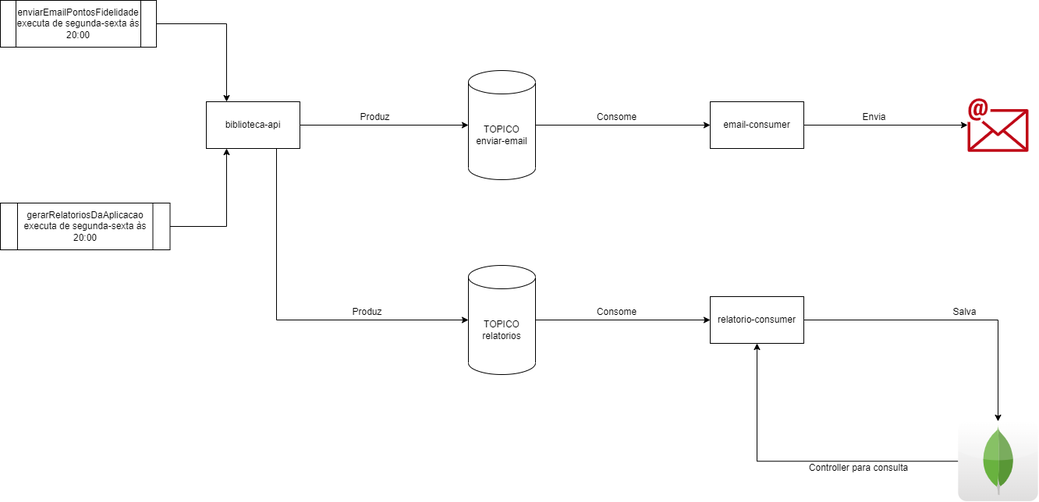
Above: Diagrama_Modulo6.png in bmarostica/Biblioteca-API-modulo-6 (draw.io), before the change. Source tidied: cells renumbered, new cells last; positions are measured from the earlier drawing's top-left corner, leaving out a move shared by most shapes. Its diagram source:
```xml
<mxGraphModel>
  <root>
    <mxCell id="0" />
    <mxCell id="1" parent="0" />
    <mxCell id="2" style="edgeStyle=orthogonalEdgeStyle;rounded=0;jettySize=auto;html=1;entryX=0;entryY=0.5;entryDx=0;entryDy=0;" parent="1" edge="1" source="3" target="10">
      <mxGeometry relative="1" as="geometry" />
    </mxCell>
    <mxCell id="3" value="TOPICO&lt;br&gt;enviar-email" style="shape=cylinder3;whiteSpace=wrap;html=1;boundedLbl=1;backgroundOutline=1;size=15;rotation=0;" parent="1" vertex="1">
      <mxGeometry x="600" y="90" width="86" height="140" as="geometry" />
    </mxCell>
    <mxCell id="4" style="edgeStyle=orthogonalEdgeStyle;rounded=0;jettySize=auto;html=1;entryX=0;entryY=0.5;entryDx=0;entryDy=0;" parent="1" edge="1" source="5" target="21">
      <mxGeometry relative="1" as="geometry" />
    </mxCell>
    <mxCell id="5" value="TOPICO&lt;br&gt;relatorios" style="shape=cylinder3;whiteSpace=wrap;html=1;boundedLbl=1;backgroundOutline=1;size=15;" parent="1" vertex="1">
      <mxGeometry x="600" y="340" width="86" height="140" as="geometry" />
    </mxCell>
    <mxCell id="6" style="edgeStyle=orthogonalEdgeStyle;rounded=0;jettySize=auto;html=1;entryX=0;entryY=0.5;entryDx=0;entryDy=0;entryPerimeter=0;" parent="1" edge="1" source="8" target="3">
      <mxGeometry relative="1" as="geometry" />
    </mxCell>
    <mxCell id="7" style="edgeStyle=orthogonalEdgeStyle;rounded=0;jettySize=auto;html=1;exitX=0.75;exitY=1;exitDx=0;exitDy=0;entryX=0;entryY=0.5;entryDx=0;entryDy=0;entryPerimeter=0;" parent="1" edge="1" source="8" target="5">
      <mxGeometry relative="1" as="geometry" />
    </mxCell>
    <mxCell id="8" value="biblioteca-api" style="rounded=0;whiteSpace=wrap;html=1;" parent="1" vertex="1">
      <mxGeometry x="264" y="130" width="120" height="60" as="geometry" />
    </mxCell>
    <mxCell id="9" style="edgeStyle=orthogonalEdgeStyle;rounded=0;jettySize=auto;html=1;" parent="1" edge="1" source="10" target="11">
      <mxGeometry relative="1" as="geometry" />
    </mxCell>
    <mxCell id="10" value="email-consumer" style="rounded=0;whiteSpace=wrap;html=1;" parent="1" vertex="1">
      <mxGeometry x="910" y="130" width="120" height="60" as="geometry" />
    </mxCell>
    <mxCell id="11" style="sketch=0;outlineConnect=0;fontColor=#232F3E;gradientColor=none;fillColor=#BF0816;strokeColor=none;dashed=0;verticalLabelPosition=bottom;verticalAlign=top;align=center;html=1;fontSize=12;fontStyle=0;shape=mxgraph.aws4.email;" parent="1" vertex="1">
      <mxGeometry x="1240" y="125.5" width="78" height="69" as="geometry" />
    </mxCell>
    <mxCell id="12" style="edgeStyle=orthogonalEdgeStyle;rounded=0;jettySize=auto;html=1;" parent="1" edge="1" source="13">
      <mxGeometry relative="1" as="geometry">
        <mxPoint x="290" y="130" as="targetPoint" />
      </mxGeometry>
    </mxCell>
    <mxCell id="13" value="enviarEmailPontosFidelidade&lt;br&gt;executa de segunda-sexta às 20:00" style="shape=process;whiteSpace=wrap;html=1;backgroundOutline=1;" parent="1" vertex="1">
      <mxGeometry width="200" height="60" as="geometry" />
    </mxCell>
    <mxCell id="14" style="edgeStyle=orthogonalEdgeStyle;rounded=0;jettySize=auto;html=1;" parent="1" edge="1" source="15">
      <mxGeometry relative="1" as="geometry">
        <mxPoint x="290" y="190" as="targetPoint" />
        <Array as="points">
          <mxPoint x="290" y="290" />
          <mxPoint x="290" y="190" />
        </Array>
      </mxGeometry>
    </mxCell>
    <mxCell id="15" value="gerarRelatoriosDaAplicacao&lt;br&gt;executa de segunda-sexta às&lt;br&gt;20:00" style="shape=process;whiteSpace=wrap;html=1;backgroundOutline=1;" parent="1" vertex="1">
      <mxGeometry y="260" width="217.5" height="60" as="geometry" />
    </mxCell>
    <mxCell id="16" value="Envia" style="text;html=1;align=center;verticalAlign=middle;strokeColor=none;fillColor=none;" parent="1" vertex="1">
      <mxGeometry x="1095" y="140" width="50" height="20" as="geometry" />
    </mxCell>
    <mxCell id="17" value="Produz" style="text;html=1;align=center;verticalAlign=middle;strokeColor=none;fillColor=none;" parent="1" vertex="1">
      <mxGeometry x="455" y="140" width="50" height="20" as="geometry" />
    </mxCell>
    <mxCell id="18" value="Consome" style="text;html=1;align=center;verticalAlign=middle;strokeColor=none;fillColor=none;" parent="1" vertex="1">
      <mxGeometry x="755" y="140" width="70" height="20" as="geometry" />
    </mxCell>
    <mxCell id="19" value="Produz" style="text;html=1;align=center;verticalAlign=middle;strokeColor=none;fillColor=none;" parent="1" vertex="1">
      <mxGeometry x="445" y="390" width="50" height="20" as="geometry" />
    </mxCell>
    <mxCell id="20" style="edgeStyle=orthogonalEdgeStyle;rounded=0;jettySize=auto;html=1;" parent="1" edge="1" source="21" target="24">
      <mxGeometry relative="1" as="geometry" />
    </mxCell>
    <mxCell id="21" value="relatorio-consumer" style="rounded=0;whiteSpace=wrap;html=1;" parent="1" vertex="1">
      <mxGeometry x="910" y="380" width="120" height="60" as="geometry" />
    </mxCell>
    <mxCell id="22" value="Consome" style="text;html=1;align=center;verticalAlign=middle;strokeColor=none;fillColor=none;" parent="1" vertex="1">
      <mxGeometry x="755" y="390" width="70" height="20" as="geometry" />
    </mxCell>
    <mxCell id="23" style="edgeStyle=orthogonalEdgeStyle;rounded=0;jettySize=auto;html=1;entryX=0.5;entryY=1;entryDx=0;entryDy=0;" parent="1" edge="1" source="24" target="21">
      <mxGeometry relative="1" as="geometry" />
    </mxCell>
    <mxCell id="24" style="dashed=0;outlineConnect=0;html=1;align=center;labelPosition=center;verticalLabelPosition=bottom;verticalAlign=top;shape=mxgraph.webicons.mongodb;gradientColor=#DFDEDE;" parent="1" vertex="1">
      <mxGeometry x="1227.8" y="540" width="102.4" height="102.4" as="geometry" />
    </mxCell>
    <mxCell id="25" value="Salva" style="text;html=1;align=center;verticalAlign=middle;strokeColor=none;fillColor=none;" parent="1" vertex="1">
      <mxGeometry x="1211" y="390" width="50" height="20" as="geometry" />
    </mxCell>
    <mxCell id="26" value="Controller para consulta" style="text;html=1;align=center;verticalAlign=middle;strokeColor=none;fillColor=none;" parent="1" vertex="1">
      <mxGeometry x="1030" y="590" width="140" height="20" as="geometry" />
    </mxCell>
  </root>
</mxGraphModel>
```
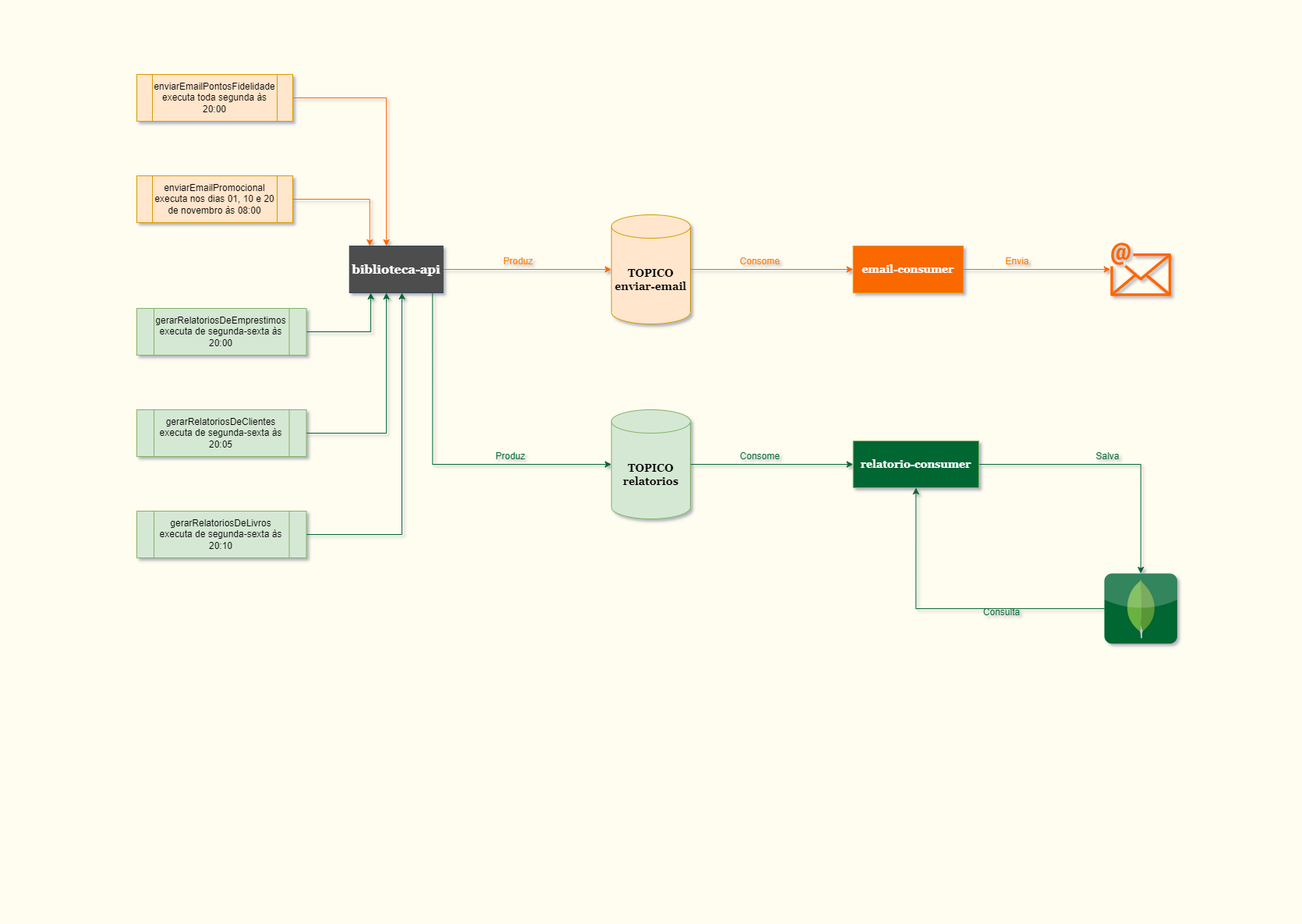
Later version of the same file.

Diff of the diagram source:
```diff
@@ -1,89 +1,129 @@
-<mxGraphModel>
+<mxGraphModel background="#FFFDF0" shadow="1">
   <root>
     <mxCell id="0" />
     <mxCell id="1" parent="0" />
-    <mxCell id="2" style="edgeStyle=orthogonalEdgeStyle;rounded=0;jettySize=auto;html=1;entryX=0;entryY=0.5;entryDx=0;entryDy=0;" parent="1" edge="1" source="3" target="10">
+    <mxCell id="2" style="edgeStyle=orthogonalEdgeStyle;rounded=0;jettySize=auto;html=1;entryX=0;entryY=0.5;entryDx=0;entryDy=0;fillColor=#ffe6cc;strokeColor=#FA6800;" parent="1" edge="1" source="3" target="10">
       <mxGeometry relative="1" as="geometry" />
     </mxCell>
-    <mxCell id="3" value="TOPICO&lt;br&gt;enviar-email" style="shape=cylinder3;whiteSpace=wrap;html=1;boundedLbl=1;backgroundOutline=1;size=15;rotation=0;" parent="1" vertex="1">
-      <mxGeometry x="600" y="90" width="86" height="140" as="geometry" />
+    <mxCell id="3" value="&lt;font style=&quot;font-size: 14px&quot; face=&quot;Georgia&quot;&gt;&lt;b&gt;TOPICO&lt;br&gt;enviar-email&lt;/b&gt;&lt;/font&gt;" style="shape=cylinder3;whiteSpace=wrap;html=1;boundedLbl=1;backgroundOutline=1;size=15;rotation=0;fillColor=#ffe6cc;strokeColor=#d79b00;" parent="1" vertex="1">
+      <mxGeometry x="600" y="90" width="101.2" height="140" as="geometry" />
     </mxCell>
-    <mxCell id="4" style="edgeStyle=orthogonalEdgeStyle;rounded=0;jettySize=auto;html=1;entryX=0;entryY=0.5;entryDx=0;entryDy=0;" parent="1" edge="1" source="5" target="21">
+    <mxCell id="4" style="edgeStyle=orthogonalEdgeStyle;rounded=0;jettySize=auto;html=1;entryX=0;entryY=0.5;entryDx=0;entryDy=0;fillColor=#d5e8d4;strokeColor=#006633;" parent="1" edge="1" source="5" target="21">
       <mxGeometry relative="1" as="geometry" />
     </mxCell>
-    <mxCell id="5" value="TOPICO&lt;br&gt;relatorios" style="shape=cylinder3;whiteSpace=wrap;html=1;boundedLbl=1;backgroundOutline=1;size=15;" parent="1" vertex="1">
-      <mxGeometry x="600" y="340" width="86" height="140" as="geometry" />
+    <mxCell id="5" value="&lt;b style=&quot;font-size: 14px&quot;&gt;&lt;font face=&quot;Georgia&quot;&gt;TOPICO&lt;br&gt;relatorios&lt;/font&gt;&lt;br&gt;&lt;/b&gt;" style="shape=cylinder3;whiteSpace=wrap;html=1;boundedLbl=1;backgroundOutline=1;size=15;fillColor=#d5e8d4;strokeColor=#82b366;" parent="1" vertex="1">
+      <mxGeometry x="600" y="340" width="101.2" height="140" as="geometry" />
     </mxCell>
-    <mxCell id="6" style="edgeStyle=orthogonalEdgeStyle;rounded=0;jettySize=auto;html=1;entryX=0;entryY=0.5;entryDx=0;entryDy=0;entryPerimeter=0;" parent="1" edge="1" source="8" target="3">
+    <mxCell id="6" style="edgeStyle=orthogonalEdgeStyle;rounded=0;jettySize=auto;html=1;entryX=0;entryY=0.5;entryDx=0;entryDy=0;entryPerimeter=0;fillColor=#ffe6cc;strokeColor=#FA6800;" parent="1" edge="1" source="8" target="3">
       <mxGeometry relative="1" as="geometry" />
     </mxCell>
-    <mxCell id="7" style="edgeStyle=orthogonalEdgeStyle;rounded=0;jettySize=auto;html=1;exitX=0.75;exitY=1;exitDx=0;exitDy=0;entryX=0;entryY=0.5;entryDx=0;entryDy=0;entryPerimeter=0;" parent="1" edge="1" source="8" target="5">
-      <mxGeometry relative="1" as="geometry" />
+    <mxCell id="7" style="edgeStyle=orthogonalEdgeStyle;rounded=0;jettySize=auto;html=1;exitX=0.888;exitY=0.998;exitDx=0;exitDy=0;entryX=0;entryY=0.5;entryDx=0;entryDy=0;entryPerimeter=0;fillColor=#d5e8d4;strokeColor=#006633;exitPerimeter=0;" parent="1" edge="1" source="8" target="5">
+      <mxGeometry relative="1" as="geometry">
+        <Array as="points">
+          <mxPoint x="370.2" y="410" />
+        </Array>
+      </mxGeometry>
     </mxCell>
-    <mxCell id="8" value="biblioteca-api" style="rounded=0;whiteSpace=wrap;html=1;" parent="1" vertex="1">
-      <mxGeometry x="264" y="130" width="120" height="60" as="geometry" />
+    <mxCell id="8" value="&lt;b&gt;&lt;font style=&quot;font-size: 16px&quot; face=&quot;Georgia&quot;&gt;biblioteca-api&lt;/font&gt;&lt;/b&gt;" style="rounded=0;whiteSpace=wrap;html=1;fillColor=#4D4D4D;fontColor=#ffffff;strokeColor=#314354;" parent="1" vertex="1">
+      <mxGeometry x="263.9" y="130" width="120" height="60" as="geometry" />
     </mxCell>
-    <mxCell id="9" style="edgeStyle=orthogonalEdgeStyle;rounded=0;jettySize=auto;html=1;" parent="1" edge="1" source="10" target="11">
+    <mxCell id="9" style="edgeStyle=orthogonalEdgeStyle;rounded=0;jettySize=auto;html=1;fillColor=#ffe6cc;strokeColor=#FA6800;" parent="1" edge="1" source="10" target="11">
       <mxGeometry relative="1" as="geometry" />
     </mxCell>
-    <mxCell id="10" value="email-consumer" style="rounded=0;whiteSpace=wrap;html=1;" parent="1" vertex="1">
-      <mxGeometry x="910" y="130" width="120" height="60" as="geometry" />
+    <mxCell id="10" value="&lt;b&gt;&lt;font style=&quot;font-size: 14px&quot; face=&quot;Georgia&quot; color=&quot;#ffffff&quot;&gt;email-consumer&lt;/font&gt;&lt;/b&gt;" style="rounded=0;whiteSpace=wrap;html=1;fillColor=#FA6800;strokeColor=#d79b00;" parent="1" vertex="1">
+      <mxGeometry x="910" y="130" width="141.2" height="60" as="geometry" />
     </mxCell>
-    <mxCell id="11" style="sketch=0;outlineConnect=0;fontColor=#232F3E;gradientColor=none;fillColor=#BF0816;strokeColor=none;dashed=0;verticalLabelPosition=bottom;verticalAlign=top;align=center;html=1;fontSize=12;fontStyle=0;shape=mxgraph.aws4.email;" parent="1" vertex="1">
+    <mxCell id="11" style="sketch=0;outlineConnect=0;fillColor=#fa6800;strokeColor=#C73500;dashed=0;verticalLabelPosition=bottom;verticalAlign=top;align=center;html=1;fontSize=12;fontStyle=0;shape=mxgraph.aws4.email;fontColor=#000000;" parent="1" vertex="1">
       <mxGeometry x="1240" y="125.5" width="78" height="69" as="geometry" />
     </mxCell>
-    <mxCell id="12" style="edgeStyle=orthogonalEdgeStyle;rounded=0;jettySize=auto;html=1;" parent="1" edge="1" source="13">
+    <mxCell id="12" style="edgeStyle=orthogonalEdgeStyle;rounded=0;jettySize=auto;html=1;fillColor=#ffe6cc;strokeColor=#FA6800;" parent="1" edge="1" source="13">
       <mxGeometry relative="1" as="geometry">
-        <mxPoint x="290" y="130" as="targetPoint" />
+        <mxPoint x="289.9" y="130" as="targetPoint" />
       </mxGeometry>
     </mxCell>
-    <mxCell id="13" value="enviarEmailPontosFidelidade&lt;br&gt;executa de segunda-sexta às 20:00" style="shape=process;whiteSpace=wrap;html=1;backgroundOutline=1;" parent="1" vertex="1">
-      <mxGeometry width="200" height="60" as="geometry" />
+    <mxCell id="13" value="enviarEmailPromocional&lt;br&gt;executa nos dias 01, 10 e 20 de novembro às 08:00" style="shape=process;whiteSpace=wrap;html=1;backgroundOutline=1;fillColor=#ffe6cc;strokeColor=#d79b00;" parent="1" vertex="1">
+      <mxGeometry x="-8.8" y="40" width="200" height="60" as="geometry" />
     </mxCell>
-    <mxCell id="14" style="edgeStyle=orthogonalEdgeStyle;rounded=0;jettySize=auto;html=1;" parent="1" edge="1" source="15">
-      <mxGeometry relative="1" as="geometry">
-        <mxPoint x="290" y="190" as="targetPoint" />
-        <Array as="points">
-          <mxPoint x="290" y="290" />
-          <mxPoint x="290" y="190" />
-        </Array>
-      </mxGeometry>
-    </mxCell>
+    <mxCell id="27" style="edgeStyle=orthogonalEdgeStyle;rounded=0;jettySize=auto;html=1;fontFamily=Georgia;fontSize=14;fillColor=#d5e8d4;strokeColor=#006633;" parent="1" edge="1" source="15">
+      <mxGeometry relative="1" as="geometry">
+        <mxPoint x="291.2" y="190" as="targetPoint" />
+        <Array as="points">
+          <mxPoint x="291.2" y="240" />
+          <mxPoint x="291.2" y="190" />
+        </Array>
+      </mxGeometry>
+    </mxCell>
-    <mxCell id="15" value="gerarRelatoriosDaAplicacao&lt;br&gt;executa de segunda-sexta às&lt;br&gt;20:00" style="shape=process;whiteSpace=wrap;html=1;backgroundOutline=1;" parent="1" vertex="1">
-      <mxGeometry y="260" width="217.5" height="60" as="geometry" />
+    <mxCell id="15" value="gerarRelatoriosDeEmprestimos&lt;br&gt;executa de segunda-sexta às&lt;br&gt;20:00" style="shape=process;whiteSpace=wrap;html=1;backgroundOutline=1;fillColor=#d5e8d4;strokeColor=#82b366;" parent="1" vertex="1">
+      <mxGeometry x="-8.8" y="210" width="217.5" height="60" as="geometry" />
     </mxCell>
-    <mxCell id="16" value="Envia" style="text;html=1;align=center;verticalAlign=middle;strokeColor=none;fillColor=none;" parent="1" vertex="1">
+    <mxCell id="16" value="&lt;font color=&quot;#ff8000&quot;&gt;Envia&lt;/font&gt;" style="text;html=1;align=center;verticalAlign=middle;strokeColor=none;fillColor=none;" parent="1" vertex="1">
       <mxGeometry x="1095" y="140" width="50" height="20" as="geometry" />
     </mxCell>
-    <mxCell id="17" value="Produz" style="text;html=1;align=center;verticalAlign=middle;strokeColor=none;fillColor=none;" parent="1" vertex="1">
-      <mxGeometry x="455" y="140" width="50" height="20" as="geometry" />
+    <mxCell id="17" value="&lt;font color=&quot;#ff8000&quot;&gt;Produz&lt;/font&gt;" style="text;html=1;align=center;verticalAlign=middle;strokeColor=none;fillColor=none;" parent="1" vertex="1">
+      <mxGeometry x="454.9" y="140" width="50" height="20" as="geometry" />
     </mxCell>
-    <mxCell id="18" value="Consome" style="text;html=1;align=center;verticalAlign=middle;strokeColor=none;fillColor=none;" parent="1" vertex="1">
+    <mxCell id="18" value="&lt;font color=&quot;#ff8000&quot;&gt;Consome&lt;/font&gt;" style="text;html=1;align=center;verticalAlign=middle;strokeColor=none;fillColor=none;" parent="1" vertex="1">
       <mxGeometry x="755" y="140" width="70" height="20" as="geometry" />
     </mxCell>
-    <mxCell id="19" value="Produz" style="text;html=1;align=center;verticalAlign=middle;strokeColor=none;fillColor=none;" parent="1" vertex="1">
-      <mxGeometry x="445" y="390" width="50" height="20" as="geometry" />
+    <mxCell id="19" value="&lt;font color=&quot;#006633&quot;&gt;Produz&lt;/font&gt;" style="text;html=1;align=center;verticalAlign=middle;strokeColor=none;fillColor=none;" parent="1" vertex="1">
+      <mxGeometry x="444.9" y="390" width="50" height="20" as="geometry" />
     </mxCell>
-    <mxCell id="20" style="edgeStyle=orthogonalEdgeStyle;rounded=0;jettySize=auto;html=1;" parent="1" edge="1" source="21" target="24">
+    <mxCell id="20" style="edgeStyle=orthogonalEdgeStyle;rounded=0;jettySize=auto;html=1;fillColor=#d5e8d4;strokeColor=#006633;" parent="1" edge="1" source="21" target="24">
       <mxGeometry relative="1" as="geometry" />
     </mxCell>
-    <mxCell id="21" value="relatorio-consumer" style="rounded=0;whiteSpace=wrap;html=1;" parent="1" vertex="1">
-      <mxGeometry x="910" y="380" width="120" height="60" as="geometry" />
+    <mxCell id="21" value="&lt;b&gt;&lt;font style=&quot;font-size: 14px&quot; face=&quot;Georgia&quot; color=&quot;#ffffff&quot;&gt;relatorio-consumer&lt;/font&gt;&lt;/b&gt;" style="rounded=0;whiteSpace=wrap;html=1;fillColor=#006633;strokeColor=#82b366;" parent="1" vertex="1">
+      <mxGeometry x="910" y="380" width="161.2" height="60" as="geometry" />
     </mxCell>
-    <mxCell id="22" value="Consome" style="text;html=1;align=center;verticalAlign=middle;strokeColor=none;fillColor=none;" parent="1" vertex="1">
+    <mxCell id="22" value="&lt;font color=&quot;#006633&quot;&gt;Consome&lt;/font&gt;" style="text;html=1;align=center;verticalAlign=middle;strokeColor=none;fillColor=none;" parent="1" vertex="1">
       <mxGeometry x="755" y="390" width="70" height="20" as="geometry" />
     </mxCell>
-    <mxCell id="23" style="edgeStyle=orthogonalEdgeStyle;rounded=0;jettySize=auto;html=1;entryX=0.5;entryY=1;entryDx=0;entryDy=0;" parent="1" edge="1" source="24" target="21">
+    <mxCell id="23" style="edgeStyle=orthogonalEdgeStyle;rounded=0;jettySize=auto;html=1;entryX=0.5;entryY=1;entryDx=0;entryDy=0;fillColor=#d5e8d4;strokeColor=#006633;" parent="1" edge="1" source="24" target="21">
       <mxGeometry relative="1" as="geometry" />
     </mxCell>
-    <mxCell id="24" style="dashed=0;outlineConnect=0;html=1;align=center;labelPosition=center;verticalLabelPosition=bottom;verticalAlign=top;shape=mxgraph.webicons.mongodb;gradientColor=#DFDEDE;" parent="1" vertex="1">
-      <mxGeometry x="1227.8" y="540" width="102.4" height="102.4" as="geometry" />
+    <mxCell id="24" style="dashed=0;outlineConnect=0;html=1;align=center;labelPosition=center;verticalLabelPosition=bottom;verticalAlign=top;shape=mxgraph.webicons.mongodb;fillColor=#006633;strokeColor=#82b366;" parent="1" vertex="1">
+      <mxGeometry x="1232.2" y="550" width="93.5" height="90" as="geometry" />
     </mxCell>
-    <mxCell id="25" value="Salva" style="text;html=1;align=center;verticalAlign=middle;strokeColor=none;fillColor=none;" parent="1" vertex="1">
+    <mxCell id="25" value="&lt;font color=&quot;#006633&quot;&gt;Salva&lt;/font&gt;" style="text;html=1;align=center;verticalAlign=middle;strokeColor=none;fillColor=none;" parent="1" vertex="1">
       <mxGeometry x="1211" y="390" width="50" height="20" as="geometry" />
     </mxCell>
-    <mxCell id="26" value="Controller para consulta" style="text;html=1;align=center;verticalAlign=middle;strokeColor=none;fillColor=none;" parent="1" vertex="1">
-      <mxGeometry x="1030" y="590" width="140" height="20" as="geometry" />
+    <mxCell id="26" value="&lt;font color=&quot;#006633&quot;&gt;Consulta&lt;/font&gt;" style="text;html=1;align=center;verticalAlign=middle;strokeColor=none;fillColor=none;" parent="1" vertex="1">
+      <mxGeometry x="1070" y="590" width="60" height="20" as="geometry" />
     </mxCell>
+    <mxCell id="28" style="edgeStyle=orthogonalEdgeStyle;rounded=0;jettySize=auto;html=1;fontFamily=Georgia;fontSize=14;fillColor=#d5e8d4;strokeColor=#006633;" parent="1" edge="1" source="29">
+      <mxGeometry relative="1" as="geometry">
+        <mxPoint x="311.2" y="190" as="targetPoint" />
+        <Array as="points">
+          <mxPoint x="311.2" y="370" />
+          <mxPoint x="311.2" y="190" />
+        </Array>
+      </mxGeometry>
+    </mxCell>
+    <mxCell id="29" value="gerarRelatoriosDeClientes&lt;br&gt;executa de segunda-sexta às&lt;br&gt;20:05" style="shape=process;whiteSpace=wrap;html=1;backgroundOutline=1;fillColor=#d5e8d4;strokeColor=#82b366;" parent="1" vertex="1">
+      <mxGeometry x="-8.8" y="340" width="217.5" height="60" as="geometry" />
+    </mxCell>
+    <mxCell id="30" style="edgeStyle=orthogonalEdgeStyle;rounded=0;jettySize=auto;html=1;fontFamily=Georgia;fontSize=14;fillColor=#d5e8d4;strokeColor=#006633;" parent="1" edge="1" source="31">
+      <mxGeometry relative="1" as="geometry">
+        <mxPoint x="331.2" y="190" as="targetPoint" />
+        <Array as="points">
+          <mxPoint x="331.2" y="500" />
+          <mxPoint x="331.2" y="190" />
+        </Array>
+      </mxGeometry>
+    </mxCell>
+    <mxCell id="31" value="gerarRelatoriosDeLivros&lt;br&gt;executa de segunda-sexta às&lt;br&gt;20:10" style="shape=process;whiteSpace=wrap;html=1;backgroundOutline=1;fillColor=#d5e8d4;strokeColor=#82b366;" parent="1" vertex="1">
+      <mxGeometry x="-8.8" y="470" width="217.5" height="60" as="geometry" />
+    </mxCell>
+    <mxCell id="32" style="edgeStyle=orthogonalEdgeStyle;rounded=0;jettySize=auto;html=1;fontFamily=Georgia;fontSize=14;fillColor=#ffe6cc;strokeColor=#FA6800;" parent="1" edge="1" source="33">
+      <mxGeometry relative="1" as="geometry">
+        <mxPoint x="311.2" y="130" as="targetPoint" />
+        <Array as="points">
+          <mxPoint x="311.2" y="-60" />
+          <mxPoint x="311.2" y="130" />
+        </Array>
+      </mxGeometry>
+    </mxCell>
+    <mxCell id="33" value="enviarEmailPontosFidelidade&lt;br&gt;executa toda segunda às 20:00" style="shape=process;whiteSpace=wrap;html=1;backgroundOutline=1;fillColor=#ffe6cc;strokeColor=#d79b00;" parent="1" vertex="1">
+      <mxGeometry x="-8.8" y="-90" width="200" height="60" as="geometry" />
+    </mxCell>
   </root>
 </mxGraphModel>
```
